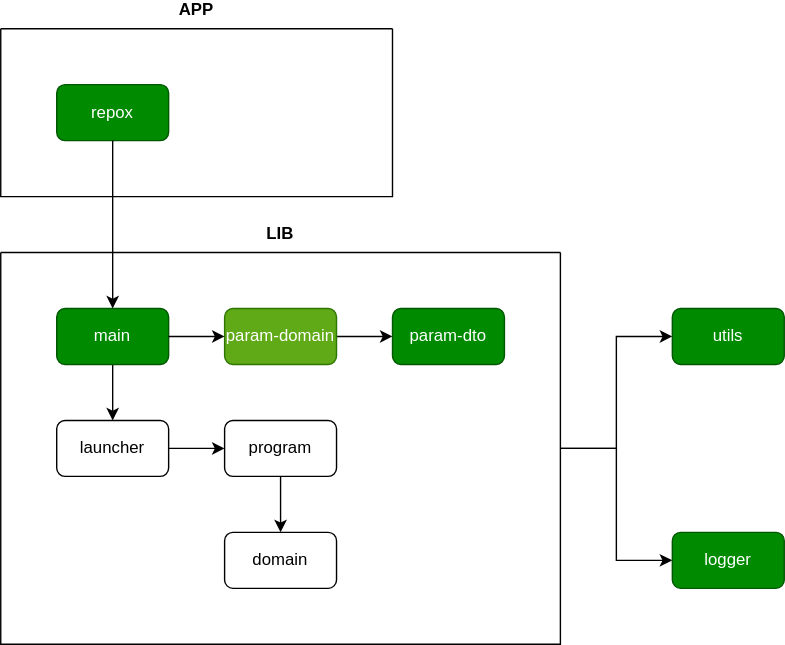
The draw.io diagram docs/dependency.svg in jaqba98/repox, before a commit. Source tidied: cells renumbered, new cells last; positions are measured from the earlier drawing's top-left corner, leaving out a move shared by most shapes.
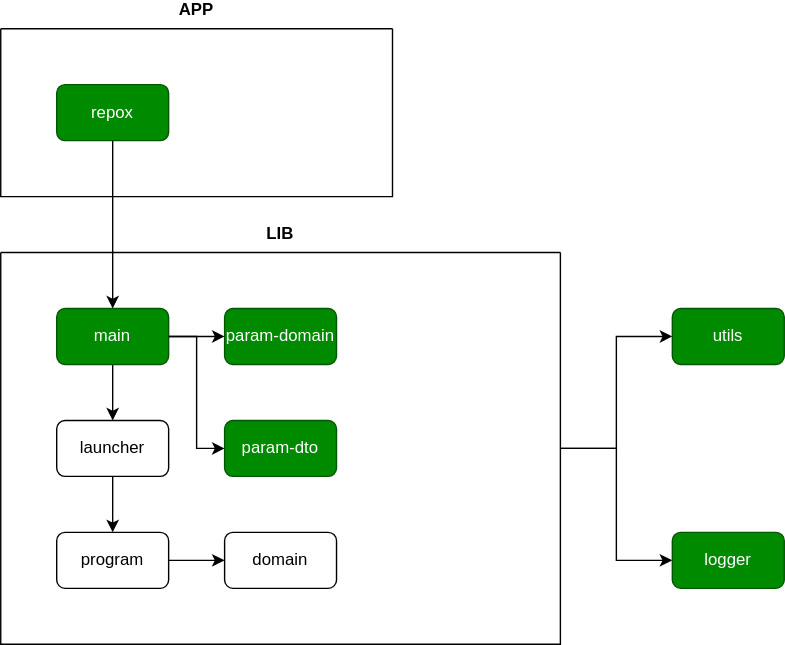
After the commit.

Commit message:
refactor: fix all param domain

The edit, as a diff of the source:
```diff
@@ -17,13 +17,13 @@
     <mxCell id="6" style="edgeStyle=orthogonalEdgeStyle;rounded=0;jettySize=auto;html=1;" parent="5" edge="1" source="7" target="11">
       <mxGeometry relative="1" as="geometry" />
     </mxCell>
+    <mxCell id="8" style="edgeStyle=orthogonalEdgeStyle;rounded=0;jettySize=auto;html=1;entryX=0;entryY=0.5;entryDx=0;entryDy=0;" parent="5" edge="1" source="7" target="16">
+      <mxGeometry relative="1" as="geometry" />
+    </mxCell>
     <mxCell id="7" value="main" style="rounded=1;whiteSpace=wrap;html=1;fillColor=#008a00;fontColor=#ffffff;strokeColor=#005700;" parent="5" vertex="1">
       <mxGeometry x="40" y="40" width="80" height="40" as="geometry" />
     </mxCell>
-    <mxCell id="8" style="edgeStyle=orthogonalEdgeStyle;rounded=0;jettySize=auto;html=1;entryX=0;entryY=0.5;entryDx=0;entryDy=0;" parent="5" edge="1" source="9" target="16">
-      <mxGeometry relative="1" as="geometry" />
-    </mxCell>
-    <mxCell id="9" value="param-domain" style="rounded=1;whiteSpace=wrap;html=1;fillColor=#60a917;fontColor=#ffffff;strokeColor=#2D7600;" parent="5" vertex="1">
+    <mxCell id="9" value="param-domain" style="rounded=1;whiteSpace=wrap;html=1;fillColor=#008a00;fontColor=#ffffff;strokeColor=#005700;" parent="5" vertex="1">
       <mxGeometry x="160" y="40" width="80" height="40" as="geometry" />
     </mxCell>
     <mxCell id="10" style="edgeStyle=orthogonalEdgeStyle;rounded=0;jettySize=auto;html=1;entryX=0;entryY=0.5;entryDx=0;entryDy=0;" parent="5" edge="1" source="7" target="9">
@@ -33,7 +33,7 @@
       <mxGeometry x="40" y="120" width="80" height="40" as="geometry" />
     </mxCell>
     <mxCell id="12" value="program" style="rounded=1;whiteSpace=wrap;html=1;" parent="5" vertex="1">
-      <mxGeometry x="160" y="120" width="80" height="40" as="geometry" />
+      <mxGeometry x="40" y="200" width="80" height="40" as="geometry" />
     </mxCell>
     <mxCell id="13" style="edgeStyle=orthogonalEdgeStyle;rounded=0;jettySize=auto;html=1;" parent="5" edge="1" source="11" target="12">
       <mxGeometry relative="1" as="geometry" />
@@ -45,7 +45,7 @@
       <mxGeometry relative="1" as="geometry" />
     </mxCell>
     <mxCell id="16" value="param-dto" style="rounded=1;whiteSpace=wrap;html=1;fillColor=#008a00;fontColor=#ffffff;strokeColor=#005700;" parent="5" vertex="1">
-      <mxGeometry x="280" y="40" width="80" height="40" as="geometry" />
+      <mxGeometry x="160" y="120" width="80" height="40" as="geometry" />
     </mxCell>
     <mxCell id="17" value="logger" style="rounded=1;whiteSpace=wrap;html=1;sketch=0;shadow=0;fillColor=#008a00;fontColor=#ffffff;strokeColor=#005700;" parent="1" vertex="1">
       <mxGeometry x="480" y="360" width="80" height="40" as="geometry" />
```
